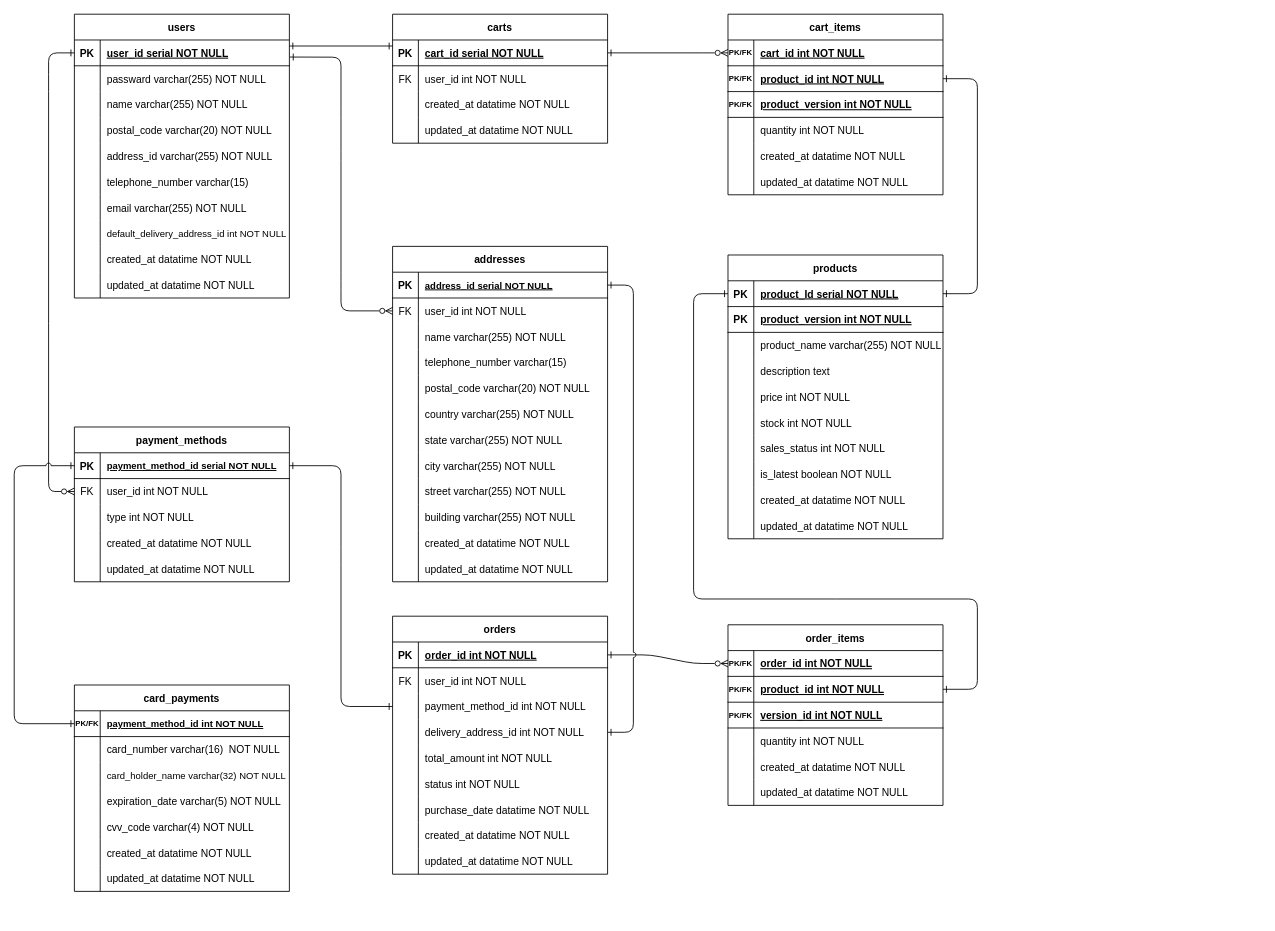
The draw.io diagram UML/ER図.drawio in LycorisR/EC_docs, before the edit. Source tidied: cells renumbered, new cells numbered last; positions are measured from the earlier drawing's top-left corner, leaving out a move shared by most shapes. Both pictures are drawn from the tidied source at 86%, with x=0, y=0 at pixel (14, 14).
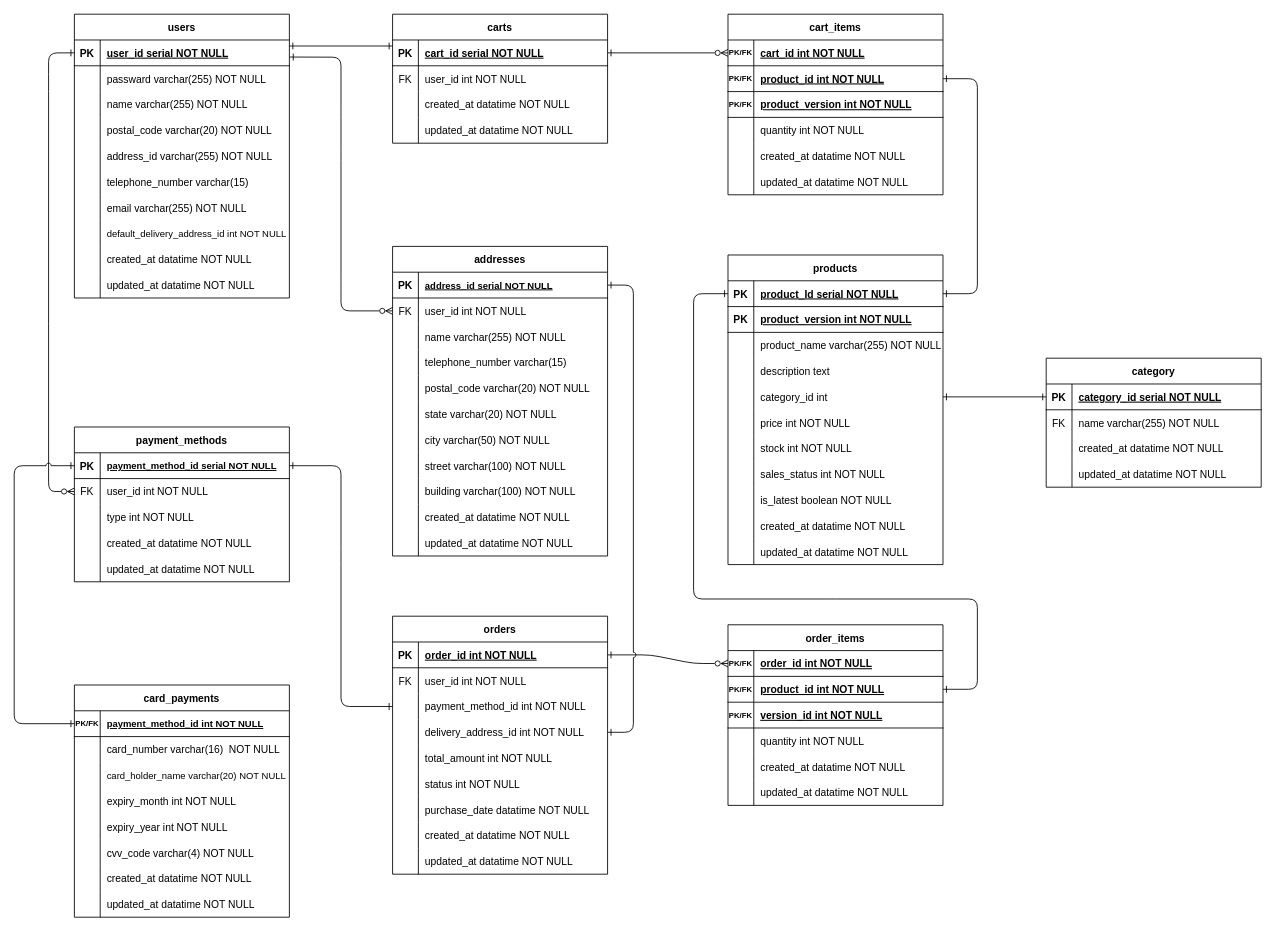
The same diagram, later.

The change refers to these unchanged cells:
```xml
<mxCell id="203" style="shape=partialRectangle;fillColor=none;top=0;left=0;right=0;bottom=0;" parent="196" vertex="1">
  <mxGeometry y="90" width="250" height="30" as="geometry" />
</mxCell>
<mxCell id="206" style="shape=partialRectangle;fillColor=none;top=0;left=0;right=0;bottom=0;" parent="196" vertex="1">
  <mxGeometry y="120" width="250" height="30" as="geometry" />
</mxCell>
```

Diff of the diagram source:
```diff
@@
     <mxCell id="65" value="products" style="shape=table;startSize=30;childLayout=tableLayout;rowLines=0;fontStyle=1;align=center;" parent="1" vertex="1">
-      <mxGeometry x="830" y="280" width="250" height="330" as="geometry" />
+      <mxGeometry x="830" y="280" width="250" height="360" as="geometry" />
     </mxCell>
@@
+    <mxCell id="228" style="shape=partialRectangle;fillColor=none;points=[[0,0.5],[1,0.5]];portConstraint=eastwest;top=0;left=0;right=0;bottom=0;" parent="65" vertex="1">
+      <mxGeometry y="150" width="250" height="30" as="geometry" />
+    </mxCell>
+    <mxCell id="229" style="shape=partialRectangle;overflow=hidden;fillColor=none;top=0;left=0;bottom=0;right=0;" parent="228" vertex="1">
+      <mxGeometry width="30" height="30" as="geometry" />
+    </mxCell>
+    <mxCell id="230" value="category_id int" style="shape=partialRectangle;overflow=hidden;fillColor=none;top=0;left=0;bottom=0;right=0;align=left;spacingLeft=6;" parent="228" vertex="1">
+      <mxGeometry x="30" width="220" height="30" as="geometry" />
+    </mxCell>
     <mxCell id="78" style="shape=partialRectangle;fillColor=none;top=0;left=0;right=0;bottom=0;" parent="65" vertex="1">
-      <mxGeometry y="150" width="250" height="30" as="geometry" />
+      <mxGeometry y="180" width="250" height="30" as="geometry" />
     </mxCell>
@@
     <mxCell id="81" style="shape=partialRectangle;fillColor=none;top=0;left=0;right=0;bottom=0;" parent="65" vertex="1">
-      <mxGeometry y="180" width="250" height="30" as="geometry" />
+      <mxGeometry y="210" width="250" height="30" as="geometry" />
     </mxCell>
@@
     <mxCell id="84" style="shape=partialRectangle;fillColor=none;top=0;left=0;right=0;bottom=0;" parent="65" vertex="1">
-      <mxGeometry y="210" width="250" height="30" as="geometry" />
+      <mxGeometry y="240" width="250" height="30" as="geometry" />
     </mxCell>
@@
     <mxCell id="87" style="shape=partialRectangle;fillColor=none;top=0;left=0;right=0;bottom=0;" parent="65" vertex="1">
-      <mxGeometry y="240" width="250" height="30" as="geometry" />
+      <mxGeometry y="270" width="250" height="30" as="geometry" />
     </mxCell>
@@
     <mxCell id="90" style="shape=partialRectangle;fillColor=none;top=0;left=0;right=0;bottom=0;" parent="65" vertex="1">
-      <mxGeometry y="270" width="250" height="30" as="geometry" />
+      <mxGeometry y="300" width="250" height="30" as="geometry" />
     </mxCell>
@@
     <mxCell id="93" style="shape=partialRectangle;fillColor=none;top=0;left=0;right=0;bottom=0;" parent="65" vertex="1">
-      <mxGeometry y="300" width="250" height="30" as="geometry" />
+      <mxGeometry y="330" width="250" height="30" as="geometry" />
     </mxCell>
@@
     <mxCell id="143" value="addresses" style="shape=table;startSize=30;childLayout=tableLayout;rowLines=0;fontStyle=1;align=center;" parent="1" vertex="1">
-      <mxGeometry x="440" y="270" width="250" height="390" as="geometry" />
+      <mxGeometry x="440" y="270" width="250" height="360" as="geometry" />
     </mxCell>
@@
-    <mxCell id="159" style="shape=partialRectangle;fillColor=none;top=0;left=0;right=0;bottom=0;" parent="143" vertex="1">
-      <mxGeometry y="180" width="250" height="30" as="geometry" />
-    </mxCell>
-    <mxCell id="160" style="shape=partialRectangle;overflow=hidden;fillColor=none;top=0;left=0;bottom=0;right=0;" parent="159" vertex="1">
-      <mxGeometry width="30" height="30" as="geometry" />
-    </mxCell>
-    <mxCell id="161" value="country varchar(255) NOT NULL" style="shape=partialRectangle;overflow=hidden;fillColor=none;top=0;left=0;bottom=0;right=0;align=left;spacingLeft=6;" parent="159" vertex="1">
-      <mxGeometry x="30" width="220" height="30" as="geometry" />
-    </mxCell>
     <mxCell id="162" style="shape=partialRectangle;fillColor=none;top=0;left=0;right=0;bottom=0;" parent="143" vertex="1">
-      <mxGeometry y="210" width="250" height="30" as="geometry" />
+      <mxGeometry y="180" width="250" height="30" as="geometry" />
     </mxCell>
@@
-    <mxCell id="164" value="state varchar(255) NOT NULL" style="shape=partialRectangle;overflow=hidden;fillColor=none;top=0;left=0;bottom=0;right=0;align=left;spacingLeft=6;" parent="162" vertex="1">
+    <mxCell id="164" value="state varchar(20) NOT NULL" style="shape=partialRectangle;overflow=hidden;fillColor=none;top=0;left=0;bottom=0;right=0;align=left;spacingLeft=6;" parent="162" vertex="1">
       <mxGeometry x="30" width="220" height="30" as="geometry" />
     </mxCell>
     <mxCell id="165" style="shape=partialRectangle;fillColor=none;top=0;left=0;right=0;bottom=0;" parent="143" vertex="1">
-      <mxGeometry y="240" width="250" height="30" as="geometry" />
+      <mxGeometry y="210" width="250" height="30" as="geometry" />
     </mxCell>
@@
-    <mxCell id="167" value="city varchar(255) NOT NULL" style="shape=partialRectangle;overflow=hidden;fillColor=none;top=0;left=0;bottom=0;right=0;align=left;spacingLeft=6;" parent="165" vertex="1">
+    <mxCell id="167" value="city varchar(50) NOT NULL" style="shape=partialRectangle;overflow=hidden;fillColor=none;top=0;left=0;bottom=0;right=0;align=left;spacingLeft=6;" parent="165" vertex="1">
       <mxGeometry x="30" width="220" height="30" as="geometry" />
     </mxCell>
     <mxCell id="168" style="shape=partialRectangle;fillColor=none;top=0;left=0;right=0;bottom=0;" parent="143" vertex="1">
-      <mxGeometry y="270" width="250" height="30" as="geometry" />
+      <mxGeometry y="240" width="250" height="30" as="geometry" />
     </mxCell>
@@
-    <mxCell id="170" value="street varchar(255) NOT NULL" style="shape=partialRectangle;overflow=hidden;fillColor=none;top=0;left=0;bottom=0;right=0;align=left;spacingLeft=6;" parent="168" vertex="1">
+    <mxCell id="170" value="street varchar(100) NOT NULL" style="shape=partialRectangle;overflow=hidden;fillColor=none;top=0;left=0;bottom=0;right=0;align=left;spacingLeft=6;" parent="168" vertex="1">
       <mxGeometry x="30" width="220" height="30" as="geometry" />
     </mxCell>
     <mxCell id="171" style="shape=partialRectangle;fillColor=none;top=0;left=0;right=0;bottom=0;" parent="143" vertex="1">
-      <mxGeometry y="300" width="250" height="30" as="geometry" />
+      <mxGeometry y="270" width="250" height="30" as="geometry" />
     </mxCell>
@@
-    <mxCell id="173" value="building varchar(255) NOT NULL" style="shape=partialRectangle;overflow=hidden;fillColor=none;top=0;left=0;bottom=0;right=0;align=left;spacingLeft=6;" parent="171" vertex="1">
+    <mxCell id="173" value="building varchar(100) NOT NULL" style="shape=partialRectangle;overflow=hidden;fillColor=none;top=0;left=0;bottom=0;right=0;align=left;spacingLeft=6;" parent="171" vertex="1">
       <mxGeometry x="30" width="220" height="30" as="geometry" />
     </mxCell>
     <mxCell id="174" style="shape=partialRectangle;fillColor=none;top=0;left=0;right=0;bottom=0;" parent="143" vertex="1">
-      <mxGeometry y="330" width="250" height="30" as="geometry" />
+      <mxGeometry y="300" width="250" height="30" as="geometry" />
     </mxCell>
@@
     <mxCell id="177" style="shape=partialRectangle;fillColor=none;top=0;left=0;right=0;bottom=0;" parent="143" vertex="1">
-      <mxGeometry y="360" width="250" height="30" as="geometry" />
+      <mxGeometry y="330" width="250" height="30" as="geometry" />
     </mxCell>
@@
     <mxCell id="196" value="card_payments" style="shape=table;startSize=30;childLayout=tableLayout;rowLines=0;fontStyle=1;align=center;" parent="1" vertex="1">
-      <mxGeometry x="70" y="780" width="250" height="240" as="geometry" />
+      <mxGeometry x="70" y="780" width="250" height="270" as="geometry" />
     </mxCell>
@@
-    <mxCell id="205" value="card_holder_name varchar(32) NOT NULL" style="shape=partialRectangle;overflow=hidden;fillColor=none;top=0;left=0;bottom=0;right=0;align=left;spacingLeft=6;fontSize=11;" parent="203" vertex="1">
+    <mxCell id="205" value="card_holder_name varchar(20) NOT NULL" style="shape=partialRectangle;overflow=hidden;fillColor=none;top=0;left=0;bottom=0;right=0;align=left;spacingLeft=6;fontSize=11;" parent="203" vertex="1">
       <mxGeometry x="30" width="220" height="30" as="geometry" />
     </mxCell>
@@
-    <mxCell id="208" value="expiration_date varchar(5) NOT NULL" style="shape=partialRectangle;overflow=hidden;fillColor=none;top=0;left=0;bottom=0;right=0;align=left;spacingLeft=6;" parent="206" vertex="1">
+    <mxCell id="208" value="expiry_month int NOT NULL" style="shape=partialRectangle;overflow=hidden;fillColor=none;top=0;left=0;bottom=0;right=0;align=left;spacingLeft=6;" parent="206" vertex="1">
       <mxGeometry x="30" width="220" height="30" as="geometry" />
     </mxCell>
+    <mxCell id="231" style="shape=partialRectangle;fillColor=none;top=0;left=0;right=0;bottom=0;" parent="196" vertex="1">
+      <mxGeometry y="150" width="250" height="30" as="geometry" />
+    </mxCell>
+    <mxCell id="232" style="shape=partialRectangle;overflow=hidden;fillColor=none;top=0;left=0;bottom=0;right=0;" parent="231" vertex="1">
+      <mxGeometry width="30" height="30" as="geometry" />
+    </mxCell>
+    <mxCell id="233" value="expiry_year int NOT NULL" style="shape=partialRectangle;overflow=hidden;fillColor=none;top=0;left=0;bottom=0;right=0;align=left;spacingLeft=6;" parent="231" vertex="1">
+      <mxGeometry x="30" width="220" height="30" as="geometry" />
+    </mxCell>
     <mxCell id="209" style="shape=partialRectangle;fillColor=none;top=0;left=0;right=0;bottom=0;" parent="196" vertex="1">
-      <mxGeometry y="150" width="250" height="30" as="geometry" />
+      <mxGeometry y="180" width="250" height="30" as="geometry" />
     </mxCell>
@@
     <mxCell id="212" style="shape=partialRectangle;fillColor=none;top=0;left=0;right=0;bottom=0;" parent="196" vertex="1">
-      <mxGeometry y="180" width="250" height="30" as="geometry" />
+      <mxGeometry y="210" width="250" height="30" as="geometry" />
     </mxCell>
@@
     <mxCell id="215" style="shape=partialRectangle;fillColor=none;top=0;left=0;right=0;bottom=0;" parent="196" vertex="1">
-      <mxGeometry y="210" width="250" height="30" as="geometry" />
+      <mxGeometry y="240" width="250" height="30" as="geometry" />
     </mxCell>
@@
+    <mxCell id="234" value="category" style="shape=table;startSize=30;childLayout=tableLayout;rowLines=0;fontStyle=1;align=center;" parent="1" vertex="1">
+      <mxGeometry x="1200" y="400" width="250" height="150" as="geometry" />
+    </mxCell>
+    <mxCell id="235" style="shape=partialRectangle;fillColor=none;points=[[0,0.5],[1,0.5]];portConstraint=eastwest;top=0;left=0;right=0;bottom=1;" parent="234" vertex="1">
+      <mxGeometry y="30" width="250" height="30" as="geometry" />
+    </mxCell>
+    <mxCell id="236" value="PK" style="shape=partialRectangle;overflow=hidden;fillColor=none;top=0;left=0;bottom=0;right=0;fontStyle=1;" parent="235" vertex="1">
+      <mxGeometry width="30" height="30" as="geometry" />
+    </mxCell>
+    <mxCell id="237" value="category_id serial NOT NULL " style="shape=partialRectangle;overflow=hidden;fillColor=none;top=0;left=0;bottom=0;right=0;align=left;spacingLeft=6;fontStyle=5;" parent="235" vertex="1">
+      <mxGeometry x="30" width="220" height="30" as="geometry" />
+    </mxCell>
+    <mxCell id="238" style="shape=partialRectangle;fillColor=none;top=0;left=0;right=0;bottom=0;" parent="234" vertex="1">
+      <mxGeometry y="60" width="250" height="30" as="geometry" />
+    </mxCell>
+    <mxCell id="239" value="FK" style="shape=partialRectangle;overflow=hidden;fillColor=none;top=0;left=0;bottom=0;right=0;" parent="238" vertex="1">
+      <mxGeometry width="30" height="30" as="geometry" />
+    </mxCell>
+    <mxCell id="240" value="name varchar(255) NOT NULL" style="shape=partialRectangle;overflow=hidden;fillColor=none;top=0;left=0;bottom=0;right=0;align=left;spacingLeft=6;" parent="238" vertex="1">
+      <mxGeometry x="30" width="220" height="30" as="geometry" />
+    </mxCell>
+    <mxCell id="241" style="shape=partialRectangle;fillColor=none;top=0;left=0;right=0;bottom=0;" parent="234" vertex="1">
+      <mxGeometry y="90" width="250" height="30" as="geometry" />
+    </mxCell>
+    <mxCell id="242" style="shape=partialRectangle;overflow=hidden;fillColor=none;top=0;left=0;bottom=0;right=0;" parent="241" vertex="1">
+      <mxGeometry width="30" height="30" as="geometry" />
+    </mxCell>
+    <mxCell id="243" value="created_at datatime NOT NULL" style="shape=partialRectangle;overflow=hidden;fillColor=none;top=0;left=0;bottom=0;right=0;align=left;spacingLeft=6;" parent="241" vertex="1">
+      <mxGeometry x="30" width="220" height="30" as="geometry" />
+    </mxCell>
+    <mxCell id="244" style="shape=partialRectangle;fillColor=none;top=0;left=0;right=0;bottom=0;" parent="234" vertex="1">
+      <mxGeometry y="120" width="250" height="30" as="geometry" />
+    </mxCell>
+    <mxCell id="245" style="shape=partialRectangle;overflow=hidden;fillColor=none;top=0;left=0;bottom=0;right=0;" parent="244" vertex="1">
+      <mxGeometry width="30" height="30" as="geometry" />
+    </mxCell>
+    <mxCell id="246" value="updated_at datatime NOT NULL" style="shape=partialRectangle;overflow=hidden;fillColor=none;top=0;left=0;bottom=0;right=0;align=left;spacingLeft=6;" parent="244" vertex="1">
+      <mxGeometry x="30" width="220" height="30" as="geometry" />
+    </mxCell>
+    <mxCell id="247" style="endArrow=ERone;html=1;rounded=1;exitX=1;exitY=0.5;exitDx=0;exitDy=0;entryX=0;entryY=0.5;entryDx=0;entryDy=0;startArrow=ERone;startFill=0;endFill=0;curved=0;" parent="1" edge="1" source="228" target="235">
+      <mxGeometry relative="1" as="geometry" />
+    </mxCell>
```
